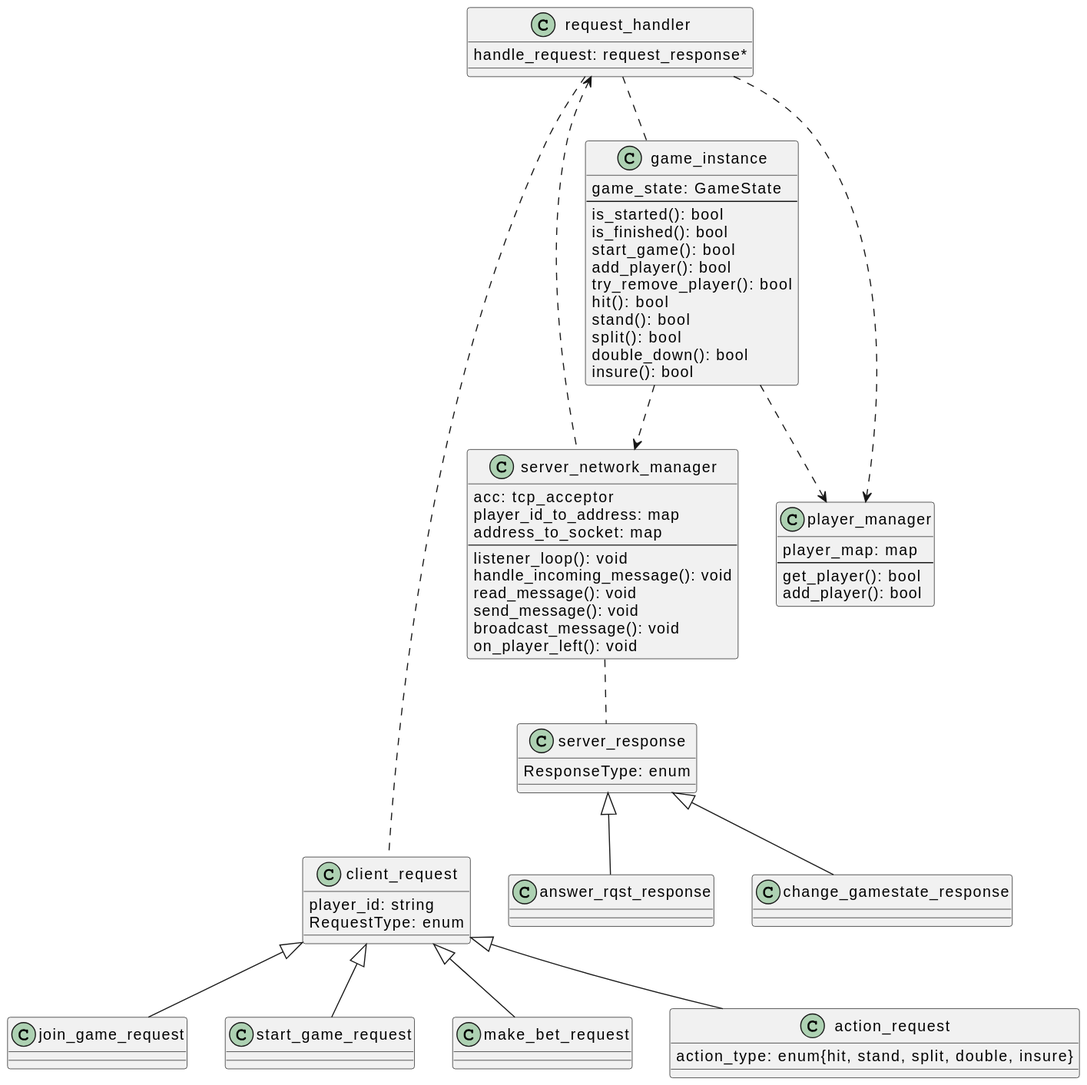
luca-commits/blackjack keeps this PlantUML diagram as sds/diagrams/cs_classdiag_alt_2.svg. Above is the earlier version. Source of this version:
```plantuml
@startuml
Class server_network_manager{
    acc: tcp_acceptor
    player_id_to_address: map
    address_to_socket: map
    --
    listener_loop(): void
    handle_incoming_message(): void
    read_message(): void
    send_message(): void
    broadcast_message(): void
    on_player_left(): void
}

Class player_manager{
    player_map: map
    --
    get_player(): bool
    add_player(): bool
}

Class game_instance{
    game_state: GameState
    --
    is_started(): bool
    is_finished(): bool
    start_game(): bool
    add_player(): bool
    try_remove_player(): bool
    hit(): bool
    stand(): bool
    split(): bool
    double_down(): bool
    insure(): bool
}

Class request_handler{
    handle_request: request_response*

}


together {

class client_request{
player_id: string
RequestType: enum
}
client_request <|-- join_game_request
client_request <|-- start_game_request
client_request <|-- make_bet_request
client_request <|-- action_request

class action_request{
    action_type: enum{hit, stand, split, double, insure}
}
class server_response{
ResponseType: enum
}
server_response <|-down-  answer_rqst_response
server_response <|-down-  change_gamestate_response

}

server_response .[hidden]. client_request



request_handler .. game_instance
request_handler ..> player_manager
request_handler <.. server_network_manager
game_instance ..> server_network_manager
game_instance ..> player_manager

request_handler .right. client_request
server_network_manager .. server_response
@enduml
```
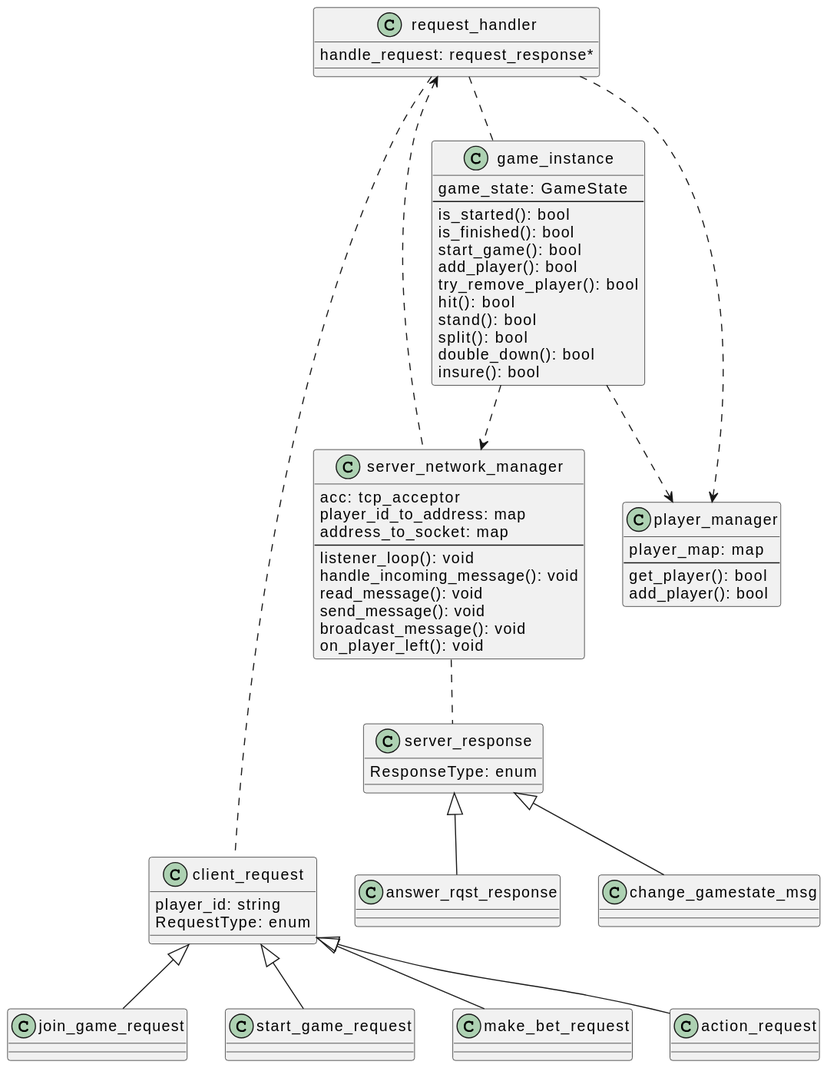
After the change.

Commit message:
correct_alt2

Change to the diagram source:
```diff
@@ -51,14 +51,11 @@
 client_request <|-- make_bet_request
 client_request <|-- action_request
 
-class action_request{
-    action_type: enum{hit, stand, split, double, insure}
-}
 class server_response{
 ResponseType: enum
 }
 server_response <|-down-  answer_rqst_response
-server_response <|-down-  change_gamestate_response
+server_response <|-down-  change_gamestate_msg
 
 }
 
```
